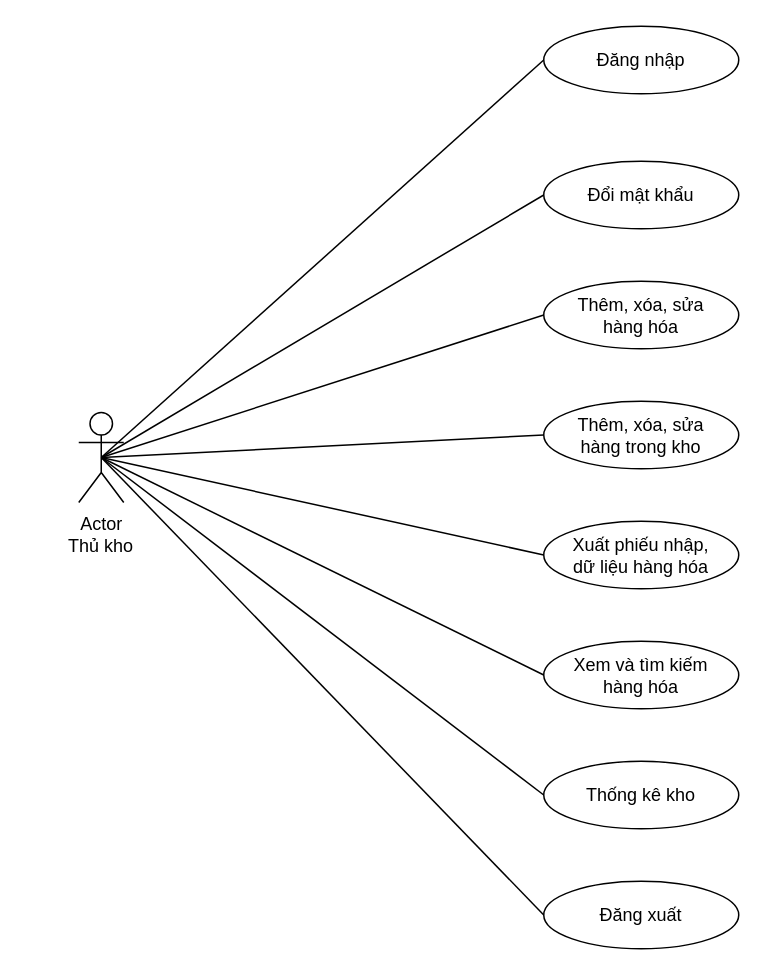
The draw.io diagram Diagram/Biểu đồ không có tiêu đề.drawio in martlucky/Diagrams, before the edit. Source tidied: cells renumbered, new cells numbered last; positions are measured from the earlier drawing's top-left corner, leaving out a move shared by most shapes. Both pictures are drawn from the tidied source at 150%, with x=0, y=0 at pixel (26, 26).
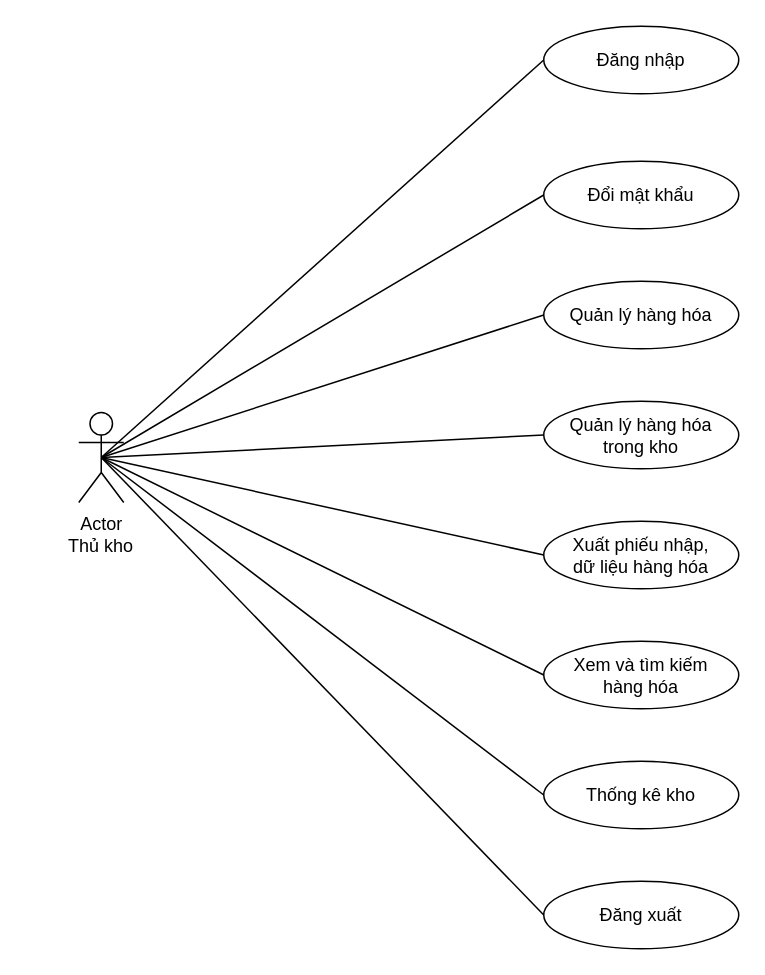
The same diagram, later.

Commit message (it also covers changes not shown here):
Cập nhật Biểu đồ không có tiêu đề.drawio

What changed in the source:
```diff
@@
-    <mxCell id="9" value="Thêm, xóa, sửa&lt;div&gt;hàng hóa&lt;/div&gt;" style="text;html=1;align=center;verticalAlign=middle;whiteSpace=wrap;rounded=0;" parent="1" vertex="1">
+    <mxCell id="9" value="Quản lý hàng hóa" style="text;html=1;align=center;verticalAlign=middle;whiteSpace=wrap;rounded=0;" parent="1" vertex="1">
       <mxGeometry x="350" y="177.5" width="120" height="30" as="geometry" />
     </mxCell>
@@
-    <mxCell id="11" value="Thêm, xóa, sửa&lt;div&gt;hàng trong kho&lt;/div&gt;" style="text;html=1;align=center;verticalAlign=middle;whiteSpace=wrap;rounded=0;" parent="1" vertex="1">
+    <mxCell id="11" value="Quản lý hàng hóa&lt;div&gt;trong kho&lt;/div&gt;" style="text;html=1;align=center;verticalAlign=middle;whiteSpace=wrap;rounded=0;" parent="1" vertex="1">
       <mxGeometry x="350" y="257.5" width="120" height="30" as="geometry" />
     </mxCell>
```
